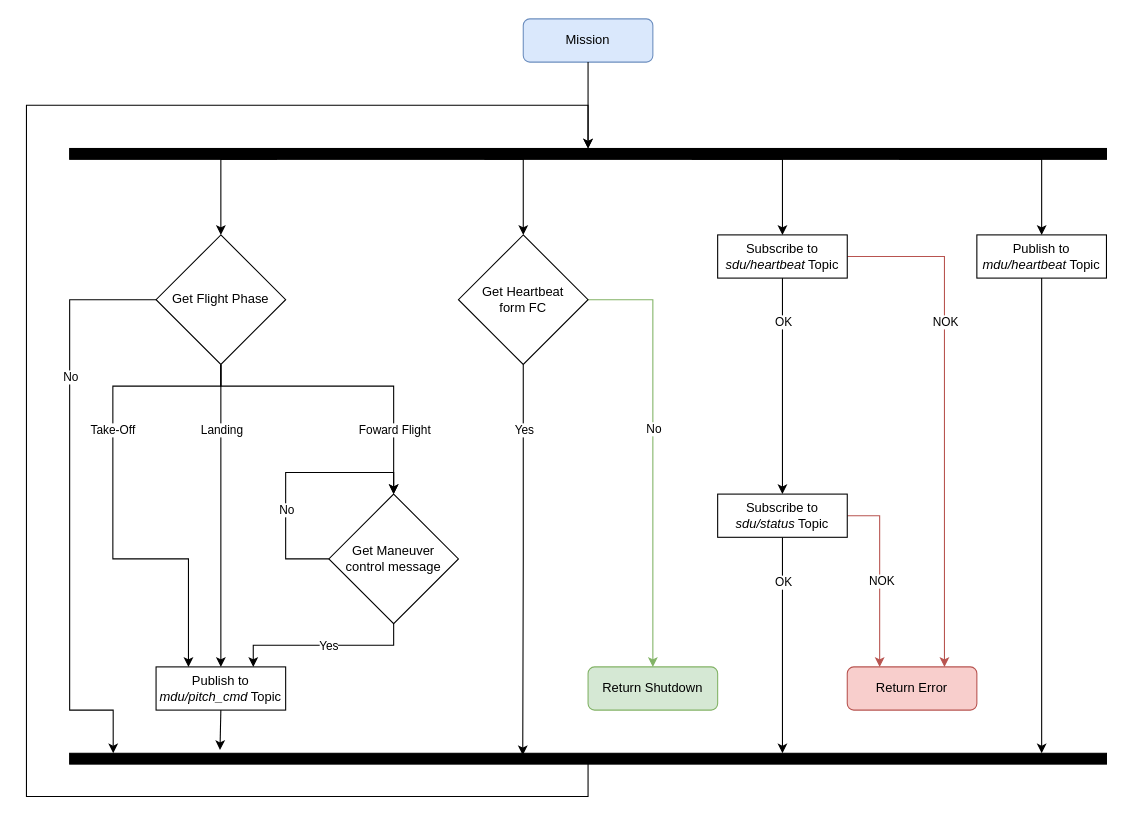
The draw.io diagram page "MDU_MISSION" (4 of 10) of MESCC/2nd_year/2nd_semester/system_diagram.drawio in carlosrijo9/ISEP, before the edit. Source tidied: cells renumbered, new cells numbered last; positions are measured from the earlier drawing's top-left corner, leaving out a move shared by most shapes. Both pictures are drawn from the tidied source at 108%, with x=0, y=0 at pixel (26, 18).
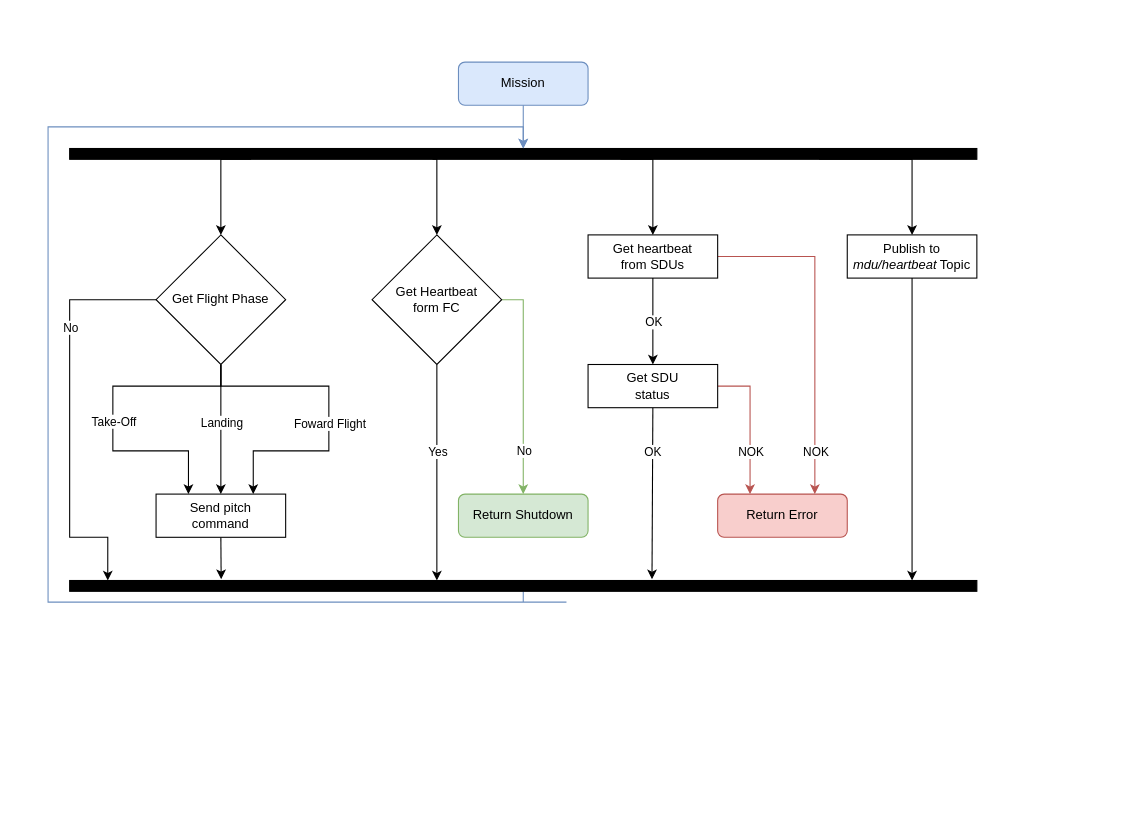
The same diagram, later.

The change refers to these unchanged cells:
```xml
<mxCell id="2" style="edgeStyle=orthogonalEdgeStyle;rounded=0;jettySize=auto;html=1;entryX=0.5;entryY=0;entryDx=0;entryDy=0;" parent="1" edge="1" source="8" target="45">
  <mxGeometry relative="1" as="geometry" />
</mxCell>
<mxCell id="8" value="Get Flight Phase" style="rhombus;whiteSpace=wrap;html=1;" parent="1" vertex="1">
  <mxGeometry x="120" y="200" width="120" height="120" as="geometry" />
</mxCell>
<mxCell id="25" style="edgeStyle=orthogonalEdgeStyle;rounded=0;jettySize=auto;html=1;exitX=1;exitY=0.5;exitDx=0;exitDy=0;entryX=0.75;entryY=0;entryDx=0;entryDy=0;fillColor=#f8cecc;strokeColor=#b85450;" parent="1" edge="1" source="37" target="36">
  <mxGeometry relative="1" as="geometry" />
</mxCell>
<mxCell id="31" style="edgeStyle=orthogonalEdgeStyle;rounded=0;jettySize=auto;html=1;exitX=1;exitY=0.5;exitDx=0;exitDy=0;entryX=0.5;entryY=0;entryDx=0;entryDy=0;fillColor=#d5e8d4;strokeColor=#82b366;" parent="1" edge="1" source="33" target="35">
  <mxGeometry relative="1" as="geometry" />
</mxCell>
<mxCell id="38" style="edgeStyle=orthogonalEdgeStyle;rounded=0;jettySize=auto;html=1;entryX=0.5;entryY=0;entryDx=0;entryDy=0;exitX=0.5;exitY=1;exitDx=0;exitDy=0;" parent="1" edge="1" source="37" target="42">
  <mxGeometry relative="1" as="geometry" />
</mxCell>
<mxCell id="40" style="edgeStyle=orthogonalEdgeStyle;rounded=0;jettySize=auto;html=1;exitX=1;exitY=0.5;exitDx=0;exitDy=0;entryX=0.25;entryY=0;entryDx=0;entryDy=0;fillColor=#f8cecc;strokeColor=#b85450;" parent="1" edge="1" source="42" target="36">
  <mxGeometry relative="1" as="geometry" />
</mxCell>
```

The edit, as a diff of the source:
```diff
@@
     <mxCell id="3" value="Landing" style="edgeLabel;html=1;align=center;verticalAlign=middle;" parent="2" vertex="1">
       <mxGeometry x="0.24" y="-1" relative="1" as="geometry">
-        <mxPoint x="1" y="-114" as="offset" />
+        <mxPoint x="1" y="-21" as="offset" />
       </mxGeometry>
     </mxCell>
     <mxCell id="4" style="edgeStyle=orthogonalEdgeStyle;rounded=0;jettySize=auto;html=1;exitX=0.5;exitY=1;exitDx=0;exitDy=0;entryX=0.25;entryY=0;entryDx=0;entryDy=0;" parent="1" edge="1" source="8" target="45">
       <mxGeometry relative="1" as="geometry">
         <Array as="points">
           <mxPoint x="180" y="340" />
           <mxPoint x="80" y="340" />
-          <mxPoint x="80" y="500" />
-          <mxPoint x="150" y="500" />
+          <mxPoint x="80" y="400" />
+          <mxPoint x="150" y="400" />
         </Array>
       </mxGeometry>
     </mxCell>
     <mxCell id="5" value="Take-Off" style="edgeLabel;html=1;align=center;verticalAlign=middle;" parent="4" vertex="1">
       <mxGeometry x="0.83" y="1" relative="1" as="geometry">
-        <mxPoint x="-71" y="-182" as="offset" />
+        <mxPoint x="-71" y="-43" as="offset" />
       </mxGeometry>
     </mxCell>
-    <mxCell id="6" style="edgeStyle=orthogonalEdgeStyle;rounded=0;jettySize=auto;html=1;exitX=0.5;exitY=1;exitDx=0;exitDy=0;entryX=0.5;entryY=0;entryDx=0;entryDy=0;" parent="1" edge="1" source="8" target="11">
+    <mxCell id="6" style="edgeStyle=orthogonalEdgeStyle;rounded=0;jettySize=auto;html=1;exitX=0.5;exitY=1;exitDx=0;exitDy=0;entryX=0.75;entryY=0;entryDx=0;entryDy=0;" parent="1" edge="1" source="8" target="45">
       <mxGeometry relative="1" as="geometry">
         <Array as="points">
           <mxPoint x="180" y="340" />
-          <mxPoint x="340" y="340" />
+          <mxPoint x="280" y="340" />
+          <mxPoint x="280" y="400" />
+          <mxPoint x="210" y="400" />
         </Array>
       </mxGeometry>
     </mxCell>
     <mxCell id="7" value="Foward Flight" style="edgeLabel;html=1;align=center;verticalAlign=middle;" parent="6" vertex="1">
       <mxGeometry x="0.8" y="1" relative="1" as="geometry">
-        <mxPoint x="-1" y="-32" as="offset" />
+        <mxPoint x="69" y="-37" as="offset" />
       </mxGeometry>
     </mxCell>
@@
-    <mxCell id="9" style="edgeStyle=orthogonalEdgeStyle;rounded=0;jettySize=auto;html=1;entryX=0.75;entryY=0;entryDx=0;entryDy=0;exitX=0.5;exitY=1;exitDx=0;exitDy=0;" parent="1" edge="1" source="11" target="45">
-      <mxGeometry relative="1" as="geometry">
-        <Array as="points">
-          <mxPoint x="340" y="580" />
-          <mxPoint x="210" y="580" />
-        </Array>
-      </mxGeometry>
-    </mxCell>
-    <mxCell id="10" value="Yes" style="edgeLabel;html=1;align=center;verticalAlign=middle;" parent="9" vertex="1">
-      <mxGeometry x="0.23" relative="1" as="geometry">
-        <mxPoint x="24" as="offset" />
-      </mxGeometry>
-    </mxCell>
-    <mxCell id="11" value="&lt;div&gt;Get Maneuver&lt;/div&gt;&lt;div&gt;control message&lt;/div&gt;" style="rhombus;whiteSpace=wrap;html=1;" parent="1" vertex="1">
-      <mxGeometry x="280" y="440" width="120" height="120" as="geometry" />
-    </mxCell>
-    <mxCell id="12" style="edgeStyle=orthogonalEdgeStyle;rounded=0;orthogonalLoop=1;jettySize=auto;html=1;exitX=0;exitY=0.5;exitDx=0;exitDy=0;entryX=0.5;entryY=0;entryDx=0;entryDy=0;" parent="1" edge="1" source="11" target="11">
-      <mxGeometry relative="1" as="geometry">
-        <Array as="points">
-          <mxPoint x="240" y="500" />
-          <mxPoint x="240" y="420" />
-          <mxPoint x="340" y="420" />
-        </Array>
-      </mxGeometry>
-    </mxCell>
-    <mxCell id="13" value="No" style="edgeLabel;html=1;align=center;verticalAlign=middle;" parent="12" vertex="1">
-      <mxGeometry x="-0.33" y="-2" relative="1" as="geometry">
-        <mxPoint x="-2" y="-6" as="offset" />
-      </mxGeometry>
-    </mxCell>
     <mxCell id="14" style="edgeStyle=orthogonalEdgeStyle;rounded=0;jettySize=auto;html=1;exitX=0;exitY=0.5;exitDx=0;exitDy=0;entryX=0.042;entryY=0;entryDx=0;entryDy=0;entryPerimeter=0;" parent="1" edge="1" source="8" target="24">
       <mxGeometry relative="1" as="geometry">
         <Array as="points">
           <mxPoint x="40" y="260" />
-          <mxPoint x="40" y="640" />
-          <mxPoint x="80" y="640" />
+          <mxPoint x="40" y="480" />
+          <mxPoint x="75" y="480" />
         </Array>
       </mxGeometry>
     </mxCell>
@@
-    <mxCell id="16" value="Mission" style="rounded=1;whiteSpace=wrap;html=1;fillColor=#dae8fc;strokeColor=#6c8ebf;" parent="1" vertex="1">
-      <mxGeometry x="460" width="120" height="40" as="geometry" />
+    <mxCell id="16" value="Mission" style="rounded=1;whiteSpace=wrap;html=1;fillColor=#dae8fc;strokeColor=#6C8EBF;" parent="1" vertex="1">
+      <mxGeometry x="400" y="40" width="120" height="40" as="geometry" />
     </mxCell>
-    <mxCell id="17" style="edgeStyle=orthogonalEdgeStyle;rounded=0;jettySize=auto;html=1;" parent="1" edge="1" source="16" target="22">
+    <mxCell id="17" style="edgeStyle=orthogonalEdgeStyle;rounded=0;jettySize=auto;html=1;strokeColor=#6C8EBF;" parent="1" edge="1" source="16" target="22">
       <mxGeometry relative="1" as="geometry" />
     </mxCell>
@@
-    <mxCell id="19" style="edgeStyle=orthogonalEdgeStyle;rounded=0;jettySize=auto;html=1;exitX=0.6;exitY=1;exitDx=0;exitDy=0;entryX=0.5;entryY=0;entryDx=0;entryDy=0;exitPerimeter=0;" parent="1" edge="1" source="22" target="37">
+    <mxCell id="19" style="edgeStyle=orthogonalEdgeStyle;rounded=0;jettySize=auto;html=1;exitX=0.6;exitY=1;exitDx=0;exitDy=0;entryX=0.5;entryY=0;entryDx=0;entryDy=0;exitPerimeter=0;" parent="1" edge="1" target="37">
       <mxGeometry relative="1" as="geometry">
+        <mxPoint x="550" y="130" as="sourcePoint" />
         <Array as="points">
-          <mxPoint x="700" y="130" />
+          <mxPoint x="580" y="130" />
         </Array>
       </mxGeometry>
     </mxCell>
     <mxCell id="20" style="edgeStyle=orthogonalEdgeStyle;rounded=0;jettySize=auto;html=1;entryX=0.5;entryY=0;entryDx=0;entryDy=0;exitX=0.4;exitY=1;exitDx=0;exitDy=0;exitPerimeter=0;" parent="1" edge="1" source="22" target="33">
       <mxGeometry relative="1" as="geometry">
         <Array as="points">
-          <mxPoint x="460" y="130" />
+          <mxPoint x="380" y="130" />
         </Array>
       </mxGeometry>
     </mxCell>
-    <mxCell id="21" style="edgeStyle=orthogonalEdgeStyle;rounded=0;jettySize=auto;html=1;exitX=0.8;exitY=1;exitDx=0;exitDy=0;exitPerimeter=0;entryX=0.5;entryY=0;entryDx=0;entryDy=0;" parent="1" edge="1" source="22" target="43">
+    <mxCell id="21" style="edgeStyle=orthogonalEdgeStyle;rounded=0;jettySize=auto;html=1;exitX=0.8;exitY=1;exitDx=0;exitDy=0;exitPerimeter=0;entryX=0.5;entryY=0;entryDx=0;entryDy=0;" parent="1" edge="1" target="43">
       <mxGeometry relative="1" as="geometry">
+        <mxPoint x="734" y="130" as="sourcePoint" />
         <Array as="points">
-          <mxPoint x="940" y="130" />
+          <mxPoint x="820" y="130" />
         </Array>
       </mxGeometry>
     </mxCell>
     <mxCell id="22" style="rounded=0;whiteSpace=wrap;html=1;fillColor=#000000;points=[[0,0,0,0,0],[0,0.25,0,0,0],[0,0.5,0,0,0],[0.2,1,0,0,0],[0.25,0,0,0,0],[0.4,1,0,0,0],[0.5,0,0,0,0],[0.6,1,0,0,0],[0.75,0,0,0,0],[0.8,1,0,0,0],[1,0,0,0,0],[1,0.25,0,0,0],[1,0.5,0,0,0]];" parent="1" vertex="1">
-      <mxGeometry x="40" y="120" width="960" height="10" as="geometry" />
+      <mxGeometry x="40" y="120" width="840" height="10" as="geometry" />
     </mxCell>
-    <mxCell id="23" style="edgeStyle=orthogonalEdgeStyle;rounded=0;jettySize=auto;html=1;exitX=0.5;exitY=1;exitDx=0;exitDy=0;entryX=0.5;entryY=0;entryDx=0;entryDy=0;" parent="1" edge="1" source="24" target="22">
+    <mxCell id="23" style="edgeStyle=orthogonalEdgeStyle;rounded=0;jettySize=auto;html=1;exitX=0.5;exitY=1;exitDx=0;exitDy=0;entryX=0.5;entryY=0;entryDx=0;entryDy=0;strokeColor=#6C8EBF;" parent="1" edge="1" source="24" target="22">
       <mxGeometry relative="1" as="geometry">
         <Array as="points">
-          <mxPoint x="520" y="720" />
-          <mxPoint y="720" />
-          <mxPoint y="80" />
-          <mxPoint x="520" y="80" />
+          <mxPoint x="500" y="540" />
+          <mxPoint x="20" y="540" />
+          <mxPoint x="20" y="100" />
+          <mxPoint x="500" y="100" />
         </Array>
       </mxGeometry>
     </mxCell>
     <mxCell id="24" style="rounded=0;whiteSpace=wrap;html=1;fillColor=#000000;points=[[0.2,0,0,0,0],[0.4,0,0,0,0],[0.6,0,0,0,0],[0.8,0,0,0,0]];" parent="1" vertex="1">
-      <mxGeometry x="40" y="680" width="960" height="10" as="geometry" />
+      <mxGeometry x="40" y="520" width="840" height="10" as="geometry" />
     </mxCell>
@@
     <mxCell id="26" value="NOK" style="edgeLabel;html=1;align=center;verticalAlign=middle;" parent="25" vertex="1">
       <mxGeometry x="-0.25" y="1" relative="1" as="geometry">
-        <mxPoint x="-1" y="-26" as="offset" />
+        <mxPoint x="-1" y="154" as="offset" />
       </mxGeometry>
     </mxCell>
-    <mxCell id="27" style="edgeStyle=orthogonalEdgeStyle;rounded=0;jettySize=auto;html=1;exitX=0.5;exitY=1;exitDx=0;exitDy=0;" parent="1" edge="1" source="42">
+    <mxCell id="27" style="rounded=0;jettySize=auto;html=1;exitX=0.5;exitY=1;exitDx=0;exitDy=0;entryX=0.673;entryY=-0.109;entryDx=0;entryDy=0;entryPerimeter=0;" parent="1" edge="1" source="42">
       <mxGeometry relative="1" as="geometry">
-        <mxPoint x="700" y="680" as="targetPoint" />
+        <mxPoint x="579.2" y="518.9" as="targetPoint" />
       </mxGeometry>
     </mxCell>
     <mxCell id="28" value="OK" style="edgeLabel;html=1;align=center;verticalAlign=middle;" parent="27" vertex="1">
       <mxGeometry x="-0.59" y="3" relative="1" as="geometry">
-        <mxPoint x="-3" as="offset" />
+        <mxPoint x="-3" y="7" as="offset" />
       </mxGeometry>
     </mxCell>
-    <mxCell id="29" style="edgeStyle=orthogonalEdgeStyle;rounded=0;jettySize=auto;html=1;exitX=0.5;exitY=1;exitDx=0;exitDy=0;entryX=0.437;entryY=0.176;entryDx=0;entryDy=0;entryPerimeter=0;" parent="1" edge="1" source="33" target="24">
-      <mxGeometry relative="1" as="geometry" />
+    <mxCell id="29" style="edgeStyle=orthogonalEdgeStyle;rounded=0;jettySize=auto;html=1;exitX=0.5;exitY=1;exitDx=0;exitDy=0;" parent="1" edge="1" source="33">
+      <mxGeometry relative="1" as="geometry">
+        <mxPoint x="380" y="520" as="targetPoint" />
+      </mxGeometry>
     </mxCell>
     <mxCell id="30" value="Yes" style="edgeLabel;html=1;align=center;verticalAlign=middle;" parent="29" vertex="1">
       <mxGeometry x="-0.78" relative="1" as="geometry">
-        <mxPoint y="20" as="offset" />
+        <mxPoint y="58" as="offset" />
       </mxGeometry>
     </mxCell>
@@
     <mxCell id="32" value="No" style="edgeLabel;html=1;align=center;verticalAlign=middle;" parent="31" vertex="1">
       <mxGeometry x="0.41" y="1" relative="1" as="geometry">
-        <mxPoint x="-1" y="-103" as="offset" />
+        <mxPoint x="-1" y="18" as="offset" />
       </mxGeometry>
     </mxCell>
     <mxCell id="33" value="&lt;div&gt;Get&amp;nbsp;&lt;span style=&quot;background-color: initial;&quot;&gt;Heartbeat&lt;/span&gt;&lt;/div&gt;&lt;div&gt;&lt;span style=&quot;background-color: initial;&quot;&gt;form FC&lt;/span&gt;&lt;/div&gt;" style="rhombus;whiteSpace=wrap;html=1;" parent="1" vertex="1">
-      <mxGeometry x="400" y="200" width="120" height="120" as="geometry" />
+      <mxGeometry x="320" y="200" width="120" height="120" as="geometry" />
     </mxCell>
-    <mxCell id="34" style="edgeStyle=orthogonalEdgeStyle;rounded=0;jettySize=auto;html=1;exitX=0.5;exitY=1;exitDx=0;exitDy=0;entryX=0.145;entryY=-0.307;entryDx=0;entryDy=0;entryPerimeter=0;" parent="1" edge="1" source="45" target="24">
+    <mxCell id="34" style="edgeStyle=orthogonalEdgeStyle;rounded=0;jettySize=auto;html=1;exitX=0.5;exitY=1;exitDx=0;exitDy=0;entryX=0.167;entryY=-0.12;entryDx=0;entryDy=0;entryPerimeter=0;" parent="1" edge="1" source="45" target="24">
       <mxGeometry relative="1" as="geometry" />
     </mxCell>
     <mxCell id="35" value="Return Shutdown" style="rounded=1;whiteSpace=wrap;html=1;fillColor=#d5e8d4;strokeColor=#82b366;" parent="1" vertex="1">
-      <mxGeometry x="520" y="600" width="120" height="40" as="geometry" />
+      <mxGeometry x="400" y="440" width="120" height="40" as="geometry" />
     </mxCell>
     <mxCell id="36" value="Return Error" style="rounded=1;whiteSpace=wrap;html=1;fillColor=#f8cecc;strokeColor=#b85450;" parent="1" vertex="1">
-      <mxGeometry x="760" y="600" width="120" height="40" as="geometry" />
+      <mxGeometry x="640" y="440" width="120" height="40" as="geometry" />
     </mxCell>
-    <mxCell id="37" value="Subscribe to &lt;i&gt;sdu/heartbeat&lt;/i&gt; Topic" style="rounded=0;whiteSpace=wrap;html=1;" parent="1" vertex="1">
-      <mxGeometry x="640" y="200" width="120" height="40" as="geometry" />
+    <mxCell id="37" value="Get heartbeat&lt;div&gt;from SDUs&lt;/div&gt;" style="rounded=0;whiteSpace=wrap;html=1;" parent="1" vertex="1">
+      <mxGeometry x="520" y="200" width="120" height="40" as="geometry" />
     </mxCell>
@@
     <mxCell id="39" value="OK" style="edgeLabel;html=1;align=center;verticalAlign=middle;" parent="38" vertex="1">
       <mxGeometry x="-0.47" y="1" relative="1" as="geometry">
-        <mxPoint x="-1" y="-13" as="offset" />
+        <mxPoint x="-1" y="19" as="offset" />
       </mxGeometry>
     </mxCell>
@@
     <mxCell id="41" value="NOK" style="edgeLabel;html=1;align=center;verticalAlign=middle;" parent="40" vertex="1">
       <mxGeometry x="-0.71" y="-1" relative="1" as="geometry">
-        <mxPoint x="6" y="59" as="offset" />
+        <mxPoint x="11" y="59" as="offset" />
       </mxGeometry>
     </mxCell>
-    <mxCell id="42" value="Subscribe to &lt;i&gt;sdu/status&lt;/i&gt; Topic" style="rounded=0;whiteSpace=wrap;html=1;" parent="1" vertex="1">
-      <mxGeometry x="640" y="440" width="120" height="40" as="geometry" />
+    <mxCell id="42" value="Get SDU&lt;div&gt;status&lt;/div&gt;" style="rounded=0;whiteSpace=wrap;html=1;" parent="1" vertex="1">
+      <mxGeometry x="520" y="320" width="120" height="40" as="geometry" />
     </mxCell>
     <mxCell id="43" value="Publish to &lt;i&gt;mdu/heartbeat&lt;/i&gt; Topic" style="rounded=0;whiteSpace=wrap;html=1;" parent="1" vertex="1">
-      <mxGeometry x="880" y="200" width="120" height="40" as="geometry" />
+      <mxGeometry x="760" y="200" width="120" height="40" as="geometry" />
     </mxCell>
     <mxCell id="44" style="edgeStyle=orthogonalEdgeStyle;rounded=0;jettySize=auto;html=1;exitX=0.5;exitY=1;exitDx=0;exitDy=0;" parent="1" edge="1" source="43">
       <mxGeometry relative="1" as="geometry">
-        <mxPoint x="940" y="680" as="targetPoint" />
+        <mxPoint x="820" y="520" as="targetPoint" />
       </mxGeometry>
     </mxCell>
-    <mxCell id="45" value="Publish to &lt;i&gt;mdu/pitch_cmd&lt;/i&gt; Topic" style="rounded=0;whiteSpace=wrap;html=1;" parent="1" vertex="1">
-      <mxGeometry x="120" y="600" width="120" height="40" as="geometry" />
+    <mxCell id="45" value="Send pitch&lt;div&gt;command&lt;/div&gt;" style="rounded=0;whiteSpace=wrap;html=1;" parent="1" vertex="1">
+      <mxGeometry x="120" y="440" width="120" height="40" as="geometry" />
     </mxCell>
```
